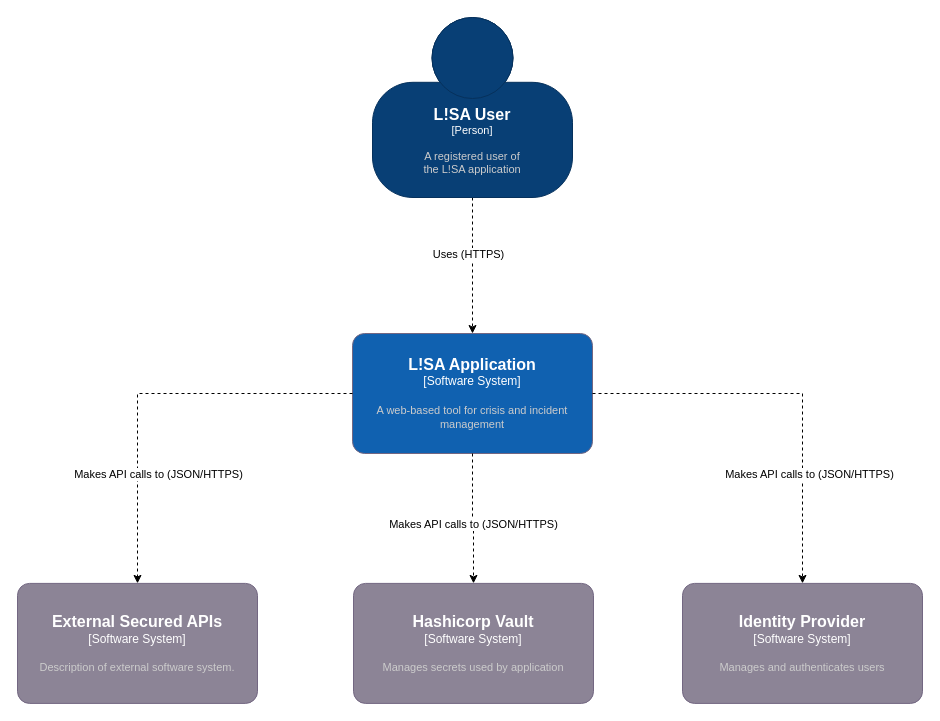
This is page "Level 1" (1 of 2) of diagrams/c4/LISA C4.drawio from National-Digital-Twin/LISA, a draw.io file, before an edit. Source tidied: cells renumbered, new cells numbered last; positions are measured from the earlier drawing's top-left corner, leaving out a move shared by most shapes. Both pictures are drawn from the tidied source at 100%, with x=0, y=0 at pixel (17, 17).
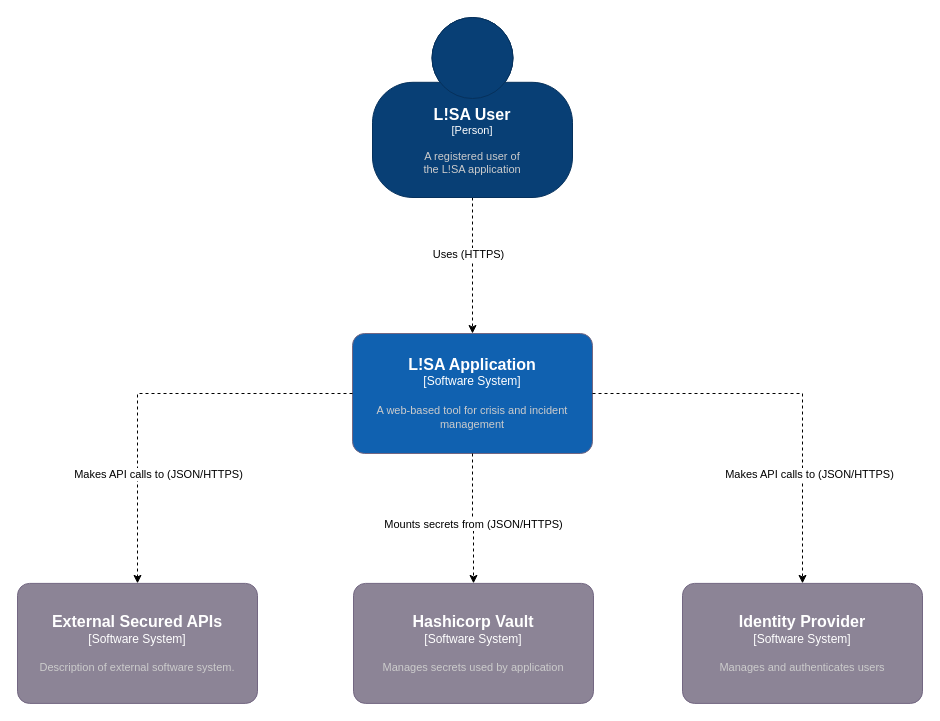
Above is the later version.

Commit message (it also covers changes not shown here):
feature(DPAV-1055): clarify secrets mount in C4 model

The change refers to these unchanged cells:
```xml
<mxCell id="11" style="edgeStyle=orthogonalEdgeStyle;rounded=0;jettySize=auto;html=1;dashed=1;exitX=0.5;exitY=1;exitDx=0;exitDy=0;exitPerimeter=0;entryX=0.5;entryY=0;entryDx=0;entryDy=0;entryPerimeter=0;" parent="1" edge="1" source="7" target="5">
  <mxGeometry relative="1" as="geometry" />
</mxCell>
```

What changed in the source:
```diff
@@
-    <mxCell id="12" value="Makes API calls to (JSON/HTTPS)" style="edgeLabel;html=1;align=center;verticalAlign=middle;" parent="11" vertex="1">
+    <mxCell id="12" value="Mounts secrets from (JSON/HTTPS)" style="edgeLabel;html=1;align=center;verticalAlign=middle;" parent="11" vertex="1">
       <mxGeometry x="-0.28" y="-4" relative="1" as="geometry">
         <mxPoint x="4" y="23" as="offset" />
       </mxGeometry>
     </mxCell>
```
